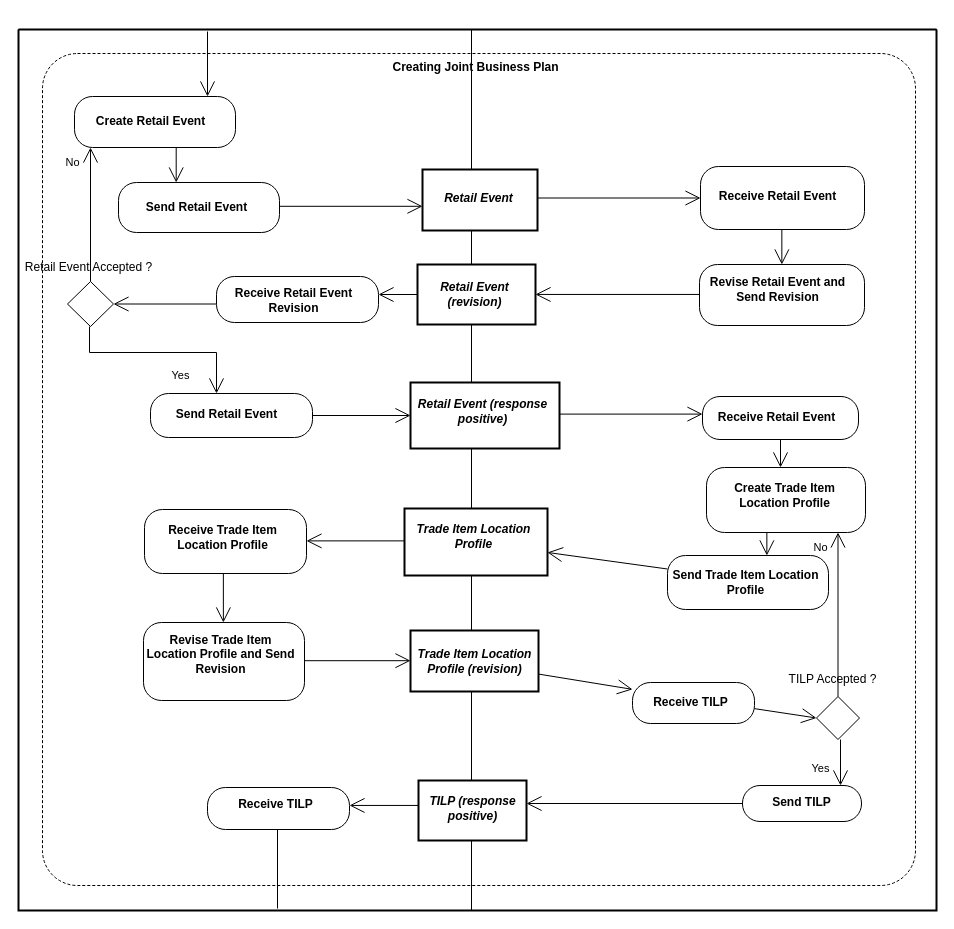
This is diagrams/UBL-2.2-CPFR-CreateJointBusinessPlan/UBL-2.2-CPFR-CreateJointBusinessPlan.drawio from kduvekot/ubl-work-on-svg-images, a draw.io file, before an edit. Source tidied: cells renumbered, new cells numbered last; positions are measured from the earlier drawing's top-left corner, leaving out a move shared by most shapes. Both pictures are drawn from the tidied source at 100%, with x=0, y=0 at pixel (18, 29).
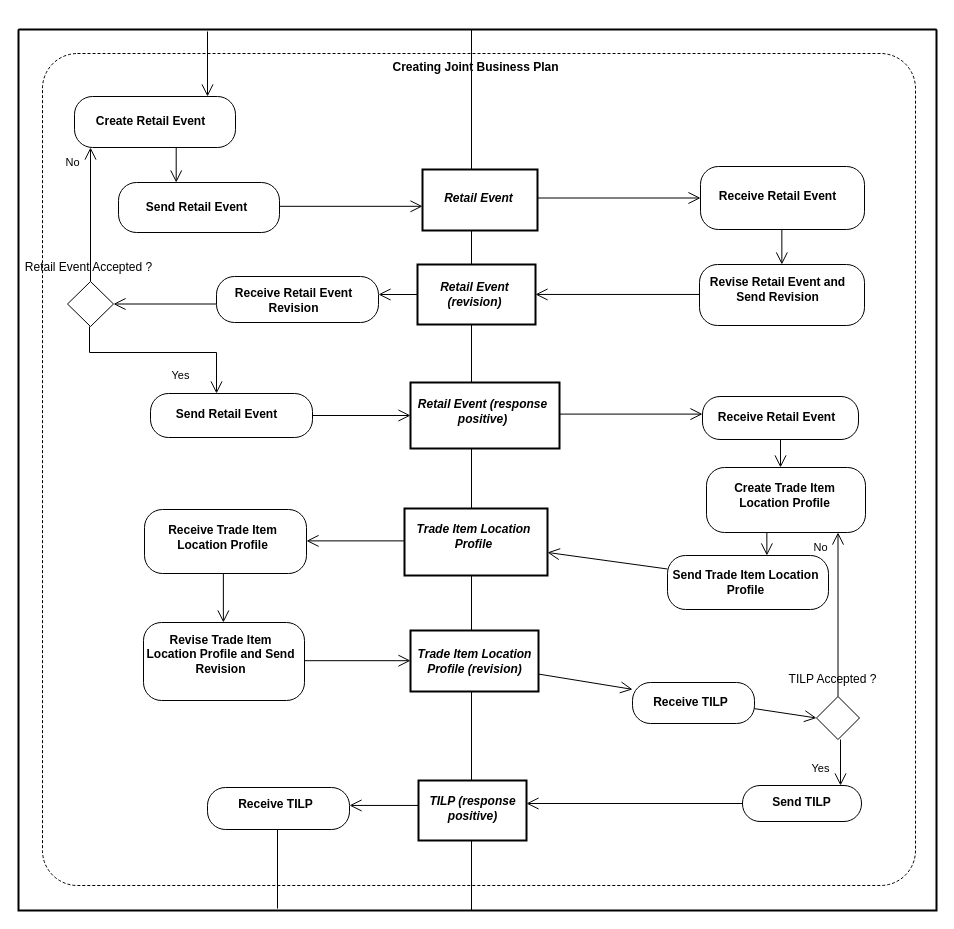
The same diagram, later.

Unchanged cells that the change refers to:
```xml
<mxCell id="2" style="swimlane;html=1;startSize=0;whiteSpace=wrap;fillColor=none;strokeWidth=2;" parent="1" vertex="1">
  <mxGeometry width="918" height="881" as="geometry" />
</mxCell>
<mxCell id="4" style="swimlane;horizontal=1;startSize=22;swimlaneLine=0;html=1;fillColor=none;fontStyle=0;spacing=0;spacingRight=2;" parent="2" vertex="1">
  <mxGeometry width="453" height="881" as="geometry" />
</mxCell>
<mxCell id="5" style="swimlane;horizontal=1;startSize=22;swimlaneLine=0;html=1;fillColor=none;fontStyle=0;spacing=0;spacingLeft=1;" parent="2" vertex="1">
  <mxGeometry x="453" width="465" height="881" as="geometry" />
</mxCell>
<mxCell id="6" value="Create Retail Event" style="rounded=1;absoluteArcSize=1;arcSize=36;html=1;whiteSpace=nowrap;fontStyle=1;align=center;verticalAlign=middle;spacing=0;spacingRight=9;spacingBottom=2;" parent="4" vertex="1">
  <mxGeometry x="56" y="67" width="161" height="51" as="geometry" />
</mxCell>
<mxCell id="7" value="Receive Retail Event" style="rounded=1;absoluteArcSize=1;arcSize=36;html=1;whiteSpace=nowrap;fontStyle=1;align=center;verticalAlign=middle;spacing=0;spacingRight=10;spacingBottom=3;" parent="5" vertex="1">
  <mxGeometry x="229" y="137" width="164" height="63" as="geometry" />
</mxCell>
<mxCell id="8" value="Retail Event" style="rounded=0;html=1;whiteSpace=nowrap;fontStyle=3;align=center;verticalAlign=middle;spacing=0;spacingRight=4;spacingBottom=3;strokeWidth=2;" parent="5" vertex="1">
  <mxGeometry x="-49" y="140" width="115" height="61" as="geometry" />
</mxCell>
<mxCell id="9" value="Send Retail Event" style="rounded=1;absoluteArcSize=1;arcSize=36;html=1;whiteSpace=nowrap;fontStyle=1;align=center;verticalAlign=middle;spacing=0;spacingRight=6;spacingBottom=1;" parent="4" vertex="1">
  <mxGeometry x="100" y="153" width="161" height="50" as="geometry" />
</mxCell>
<mxCell id="10" value="Revise Retail Event and&lt;br&gt;Send Revision" style="rounded=1;absoluteArcSize=1;arcSize=36;html=1;whiteSpace=nowrap;fontStyle=1;align=center;verticalAlign=middle;spacing=0;spacingRight=10;spacingBottom=11;" parent="5" vertex="1">
  <mxGeometry x="228" y="235" width="165" height="61" as="geometry" />
</mxCell>
<mxCell id="11" value="Retail Event&lt;br&gt;(revision)" style="rounded=0;html=1;whiteSpace=nowrap;fontStyle=3;align=center;verticalAlign=middle;spacing=0;spacingRight=4;spacingBottom=1;strokeWidth=2;" parent="5" vertex="1">
  <mxGeometry x="-54" y="235" width="118" height="60" as="geometry" />
</mxCell>
<mxCell id="12" value="Receive Retail Event&lt;br&gt;Revision" style="rounded=1;absoluteArcSize=1;arcSize=36;html=1;whiteSpace=nowrap;fontStyle=1;align=center;verticalAlign=middle;spacing=0;spacingRight=9;spacingTop=2;" parent="4" vertex="1">
  <mxGeometry x="198" y="247" width="162" height="46" as="geometry" />
</mxCell>
<mxCell id="13" value="Retail Event Accepted ?" style="rhombus;html=1;whiteSpace=nowrap;fontStyle=0;align=center;verticalAlign=middle;spacing=0;spacingRight=4;spacingBottom=73;" parent="4" vertex="1">
  <mxGeometry x="49" y="252" width="46" height="45" as="geometry" />
</mxCell>
<mxCell id="14" value="Retail Event (response&lt;br&gt;positive)" style="rounded=0;html=1;whiteSpace=nowrap;fontStyle=3;align=center;verticalAlign=middle;spacing=0;spacingRight=6;spacingBottom=8;strokeWidth=2;" parent="5" vertex="1">
  <mxGeometry x="-61" y="353" width="149" height="66" as="geometry" />
</mxCell>
<mxCell id="15" value="Send Retail Event" style="rounded=1;absoluteArcSize=1;arcSize=36;html=1;whiteSpace=nowrap;fontStyle=1;align=center;verticalAlign=middle;spacing=0;spacingRight=10;spacingBottom=2;" parent="4" vertex="1">
  <mxGeometry x="132" y="364" width="162" height="44" as="geometry" />
</mxCell>
<mxCell id="16" value="Receive Retail Event" style="rounded=1;absoluteArcSize=1;arcSize=35;html=1;whiteSpace=nowrap;fontStyle=1;align=center;verticalAlign=middle;spacing=0;spacingRight=9;spacingBottom=2;" parent="5" vertex="1">
  <mxGeometry x="231" y="367" width="156" height="43" as="geometry" />
</mxCell>
<mxCell id="17" value="Create Trade Item&lt;br&gt;Location Profile" style="rounded=1;absoluteArcSize=1;arcSize=36;html=1;whiteSpace=nowrap;fontStyle=1;align=center;verticalAlign=middle;spacing=0;spacingRight=4;spacingBottom=10;" parent="5" vertex="1">
  <mxGeometry x="235" y="438" width="159" height="65" as="geometry" />
</mxCell>
<mxCell id="18" value="Trade Item Location&lt;br&gt;Profile" style="rounded=0;html=1;whiteSpace=nowrap;fontStyle=3;align=center;verticalAlign=middle;spacing=0;spacingRight=5;spacingBottom=11;strokeWidth=2;" parent="5" vertex="1">
  <mxGeometry x="-67" y="479" width="143" height="67" as="geometry" />
</mxCell>
<mxCell id="19" value="Receive Trade Item&lt;br&gt;Location Profile" style="rounded=1;absoluteArcSize=1;arcSize=36;html=1;whiteSpace=nowrap;fontStyle=1;align=center;verticalAlign=middle;spacing=0;spacingRight=7;spacingBottom=9;" parent="4" vertex="1">
  <mxGeometry x="126" y="480" width="162" height="64" as="geometry" />
</mxCell>
<mxCell id="20" value="Send Trade Item Location&lt;br&gt;Profile" style="rounded=1;absoluteArcSize=1;arcSize=36;html=1;whiteSpace=nowrap;fontStyle=1;align=center;verticalAlign=middle;spacing=0;spacingRight=5;spacingBottom=1;" parent="5" vertex="1">
  <mxGeometry x="196" y="526" width="161" height="54" as="geometry" />
</mxCell>
<mxCell id="21" value="Revise Trade Item&lt;br&gt;Location Profile and Send&lt;br&gt;Revision" style="rounded=1;absoluteArcSize=1;arcSize=36;html=1;whiteSpace=nowrap;fontStyle=1;align=center;verticalAlign=middle;spacing=0;spacingRight=8;spacingBottom=14;" parent="4" vertex="1">
  <mxGeometry x="125" y="593" width="161" height="78" as="geometry" />
</mxCell>
<mxCell id="22" value="Trade Item Location&lt;br&gt;Profile (revision)" style="rounded=0;html=1;whiteSpace=nowrap;fontStyle=3;align=center;verticalAlign=middle;spacing=0;strokeWidth=2;" parent="5" vertex="1">
  <mxGeometry x="-61" y="601" width="128" height="61" as="geometry" />
</mxCell>
<mxCell id="23" value="Receive TILP" style="rounded=1;absoluteArcSize=1;arcSize=36;html=1;whiteSpace=nowrap;fontStyle=1;align=center;verticalAlign=middle;spacing=0;spacingRight=6;spacingBottom=1;" parent="5" vertex="1">
  <mxGeometry x="161" y="653" width="122" height="41" as="geometry" />
</mxCell>
<mxCell id="24" value="TILP Accepted ?" style="rhombus;html=1;whiteSpace=nowrap;fontStyle=0;align=center;verticalAlign=middle;spacing=0;spacingRight=11;spacingBottom=77;" parent="5" vertex="1">
  <mxGeometry x="345" y="667" width="43" height="43" as="geometry" />
</mxCell>
<mxCell id="25" value="TILP (response&lt;br&gt;positive)" style="rounded=0;html=1;whiteSpace=nowrap;fontStyle=3;align=center;verticalAlign=middle;spacing=0;spacingBottom=4;strokeWidth=2;" parent="5" vertex="1">
  <mxGeometry x="-53" y="751" width="108" height="60" as="geometry" />
</mxCell>
<mxCell id="26" value="Send TILP" style="rounded=1;absoluteArcSize=1;arcSize=35;html=1;whiteSpace=nowrap;fontStyle=1;align=center;verticalAlign=middle;spacing=0;spacingRight=2;spacingBottom=3;" parent="5" vertex="1">
  <mxGeometry x="271" y="756" width="119" height="36" as="geometry" />
</mxCell>
<mxCell id="27" value="Receive TILP" style="rounded=1;absoluteArcSize=1;arcSize=36;html=1;whiteSpace=nowrap;fontStyle=1;align=center;verticalAlign=middle;spacing=0;spacingRight=6;spacingBottom=9;" parent="4" vertex="1">
  <mxGeometry x="189" y="758" width="142" height="42" as="geometry" />
</mxCell>
```

Diff of the diagram source:
```diff
@@
-    <mxCell id="28" value="No" style="edgeStyle=none;rounded=0;html=1;endArrow=open;endFill=0;endSize=13;exitX=0.5;exitY=0;exitPerimeter=0;entryPerimeter=0;fontStyle=0;align=center;verticalAlign=middle;labelBackgroundColor=none;entryX=0.099379;entryY=1;" parent="4" edge="1" source="13" target="6">
+    <mxCell id="28" value="No" style="edgeStyle=none;rounded=0;html=1;endArrow=open;endFill=0;endSize=10;exitX=0.5;exitY=0;exitPerimeter=0;entryPerimeter=0;fontStyle=0;align=center;verticalAlign=middle;labelBackgroundColor=none;entryX=0.099379;entryY=1;" parent="4" edge="1" source="13" target="6">
       <mxGeometry x="0.78" relative="1" as="geometry">
         <mxPoint x="-18" as="offset" />
       </mxGeometry>
     </mxCell>
-    <mxCell id="29" style="edgeStyle=none;rounded=0;html=1;endArrow=open;endFill=0;endSize=13;exitPerimeter=0;entryX=0.3584;entryY=0;entryPerimeter=0;exitX=0.631692;exitY=1;" parent="4" edge="1" source="6" target="9">
+    <mxCell id="29" style="edgeStyle=none;rounded=0;html=1;endArrow=open;endFill=0;endSize=10;exitPerimeter=0;entryX=0.3584;entryY=0;entryPerimeter=0;exitX=0.631692;exitY=1;" parent="4" edge="1" source="6" target="9">
       <mxGeometry relative="1" as="geometry" />
     </mxCell>
-    <mxCell id="30" style="edgeStyle=none;rounded=0;html=1;endArrow=open;endFill=0;endSize=13;exitPerimeter=0;entryX=0;entryY=0.5;entryPerimeter=0;exitX=1;exitY=0.467213;" parent="5" edge="1" source="8" target="7">
+    <mxCell id="30" style="edgeStyle=none;rounded=0;html=1;endArrow=open;endFill=0;endSize=10;exitPerimeter=0;entryX=0;entryY=0.5;entryPerimeter=0;exitX=1;exitY=0.467213;" parent="5" edge="1" source="8" target="7">
       <mxGeometry relative="1" as="geometry" />
     </mxCell>
-    <mxCell id="31" style="edgeStyle=none;rounded=0;html=1;endArrow=open;endFill=0;endSize=13;exitPerimeter=0;entryX=0;entryY=0.6033;entryPerimeter=0;exitX=1;exitY=0.476026;" parent="2" edge="1" source="9" target="8">
+    <mxCell id="31" style="edgeStyle=none;rounded=0;html=1;endArrow=open;endFill=0;endSize=10;exitPerimeter=0;entryX=0;entryY=0.6033;entryPerimeter=0;exitX=1;exitY=0.476026;" parent="2" edge="1" source="9" target="8">
       <mxGeometry relative="1" as="geometry" />
     </mxCell>
-    <mxCell id="32" style="edgeStyle=none;rounded=0;html=1;endArrow=open;endFill=0;endSize=13;exitPerimeter=0;entryX=0.4991;entryY=0;entryPerimeter=0;exitX=0.496046;exitY=1;" parent="5" edge="1" source="7" target="10">
+    <mxCell id="32" style="edgeStyle=none;rounded=0;html=1;endArrow=open;endFill=0;endSize=10;exitPerimeter=0;entryX=0.4991;entryY=0;entryPerimeter=0;exitX=0.496046;exitY=1;" parent="5" edge="1" source="7" target="10">
       <mxGeometry relative="1" as="geometry" />
     </mxCell>
-    <mxCell id="33" style="edgeStyle=none;rounded=0;html=1;endArrow=open;endFill=0;endSize=13;exitX=0;exitY=0.5;exitPerimeter=0;entryPerimeter=0;entryX=1;entryY=0.391304;" parent="2" edge="1" source="11" target="12">
+    <mxCell id="33" style="edgeStyle=none;rounded=0;html=1;endArrow=open;endFill=0;endSize=10;exitX=0;exitY=0.5;exitPerimeter=0;entryPerimeter=0;entryX=1;entryY=0.391304;" parent="2" edge="1" source="11" target="12">
       <mxGeometry relative="1" as="geometry" />
     </mxCell>
-    <mxCell id="34" style="edgeStyle=none;rounded=0;html=1;endArrow=open;endFill=0;endSize=13;exitPerimeter=0;entryX=1;entryY=0.4992;entryPerimeter=0;exitX=0;exitY=0.491016;" parent="5" edge="1" source="10" target="11">
+    <mxCell id="34" style="edgeStyle=none;rounded=0;html=1;endArrow=open;endFill=0;endSize=10;exitPerimeter=0;entryX=1;entryY=0.4992;entryPerimeter=0;exitX=0;exitY=0.491016;" parent="5" edge="1" source="10" target="11">
       <mxGeometry relative="1" as="geometry" />
     </mxCell>
-    <mxCell id="35" style="edgeStyle=none;rounded=0;html=1;endArrow=open;endFill=0;endSize=13;exitPerimeter=0;entryX=1;entryY=0.5;entryPerimeter=0;exitX=0;exitY=0.597826;" parent="4" edge="1" source="12" target="13">
+    <mxCell id="35" style="edgeStyle=none;rounded=0;html=1;endArrow=open;endFill=0;endSize=10;exitPerimeter=0;entryX=1;entryY=0.5;entryPerimeter=0;exitX=0;exitY=0.597826;" parent="4" edge="1" source="12" target="13">
       <mxGeometry relative="1" as="geometry" />
     </mxCell>
-    <mxCell id="36" value="Yes" style="edgeStyle=orthogonalEdgeStyle;rounded=0;html=1;endArrow=open;endFill=0;endSize=13;exitPerimeter=0;entryPerimeter=0;fontStyle=0;align=center;verticalAlign=middle;labelBackgroundColor=none;exitX=0.478261;exitY=1;entryX=0.407407;entryY=0;" parent="4" edge="1" source="13" target="15">
+    <mxCell id="36" value="Yes" style="edgeStyle=orthogonalEdgeStyle;rounded=0;html=1;endArrow=open;endFill=0;endSize=10;exitPerimeter=0;entryPerimeter=0;fontStyle=0;align=center;verticalAlign=middle;labelBackgroundColor=none;exitX=0.478261;exitY=1;entryX=0.407407;entryY=0;" parent="4" edge="1" source="13" target="15">
       <mxGeometry x="0.21" relative="1" as="geometry">
         <Array as="points">
           <mxPoint x="71" y="323" />
           <mxPoint x="198" y="323" />
         </Array>
         <mxPoint y="23" as="offset" />
       </mxGeometry>
     </mxCell>
-    <mxCell id="37" style="edgeStyle=none;rounded=0;html=1;endArrow=open;endFill=0;endSize=13;exitPerimeter=0;entryX=0;entryY=0.4093;entryPerimeter=0;exitX=1;exitY=0.478786;" parent="5" edge="1" source="14" target="16">
+    <mxCell id="37" style="edgeStyle=none;rounded=0;html=1;endArrow=open;endFill=0;endSize=10;exitPerimeter=0;entryX=0;entryY=0.4093;entryPerimeter=0;exitX=1;exitY=0.478786;" parent="5" edge="1" source="14" target="16">
       <mxGeometry relative="1" as="geometry" />
     </mxCell>
-    <mxCell id="38" style="edgeStyle=none;rounded=0;html=1;endArrow=open;endFill=0;endSize=13;exitX=1;exitY=0.5;exitPerimeter=0;entryX=0;entryY=0.5;entryPerimeter=0;" parent="2" edge="1" source="15" target="14">
+    <mxCell id="38" style="edgeStyle=none;rounded=0;html=1;endArrow=open;endFill=0;endSize=10;exitX=1;exitY=0.5;exitPerimeter=0;entryX=0;entryY=0.5;entryPerimeter=0;" parent="2" edge="1" source="15" target="14">
       <mxGeometry relative="1" as="geometry" />
     </mxCell>
-    <mxCell id="39" style="edgeStyle=none;rounded=0;html=1;endArrow=open;endFill=0;endSize=13;exitX=0.5;exitY=1;exitPerimeter=0;entryPerimeter=0;entryX=0.465409;entryY=0;" parent="5" edge="1" source="16" target="17">
+    <mxCell id="39" style="edgeStyle=none;rounded=0;html=1;endArrow=open;endFill=0;endSize=10;exitX=0.5;exitY=1;exitPerimeter=0;entryPerimeter=0;entryX=0.465409;entryY=0;" parent="5" edge="1" source="16" target="17">
       <mxGeometry relative="1" as="geometry" />
     </mxCell>
-    <mxCell id="40" style="edgeStyle=none;rounded=0;html=1;endArrow=open;endFill=0;endSize=13;exitPerimeter=0;entryX=1;entryY=0.4905;entryPerimeter=0;exitX=0;exitY=0.483463;" parent="2" edge="1" source="18" target="19">
+    <mxCell id="40" style="edgeStyle=none;rounded=0;html=1;endArrow=open;endFill=0;endSize=10;exitPerimeter=0;entryX=1;entryY=0.4905;entryPerimeter=0;exitX=0;exitY=0.483463;" parent="2" edge="1" source="18" target="19">
       <mxGeometry relative="1" as="geometry" />
     </mxCell>
-    <mxCell id="41" style="edgeStyle=none;rounded=0;html=1;endArrow=open;endFill=0;endSize=13;exitPerimeter=0;entryX=0.6172;entryY=0;entryPerimeter=0;exitX=0.379681;exitY=1;" parent="5" edge="1" source="17" target="20">
+    <mxCell id="41" style="edgeStyle=none;rounded=0;html=1;endArrow=open;endFill=0;endSize=10;exitPerimeter=0;entryX=0.6172;entryY=0;entryPerimeter=0;exitX=0.379681;exitY=1;" parent="5" edge="1" source="17" target="20">
       <mxGeometry relative="1" as="geometry" />
     </mxCell>
-    <mxCell id="42" value="No" style="edgeStyle=none;rounded=0;html=1;endArrow=open;endFill=0;endSize=13;exitX=0.5;exitY=0;exitPerimeter=0;entryPerimeter=0;fontStyle=0;align=center;verticalAlign=middle;labelBackgroundColor=none;entryX=0.827044;entryY=1;" parent="5" edge="1" source="24" target="17">
+    <mxCell id="42" value="No" style="edgeStyle=none;rounded=0;html=1;endArrow=open;endFill=0;endSize=10;exitX=0.5;exitY=0;exitPerimeter=0;entryPerimeter=0;fontStyle=0;align=center;verticalAlign=middle;labelBackgroundColor=none;entryX=0.827044;entryY=1;" parent="5" edge="1" source="24" target="17">
       <mxGeometry x="0.82" relative="1" as="geometry">
         <mxPoint x="-17" as="offset" />
       </mxGeometry>
     </mxCell>
-    <mxCell id="43" style="edgeStyle=none;rounded=0;html=1;endArrow=open;endFill=0;endSize=13;exitX=0;exitY=0.25;exitPerimeter=0;entryX=1;entryY=0.6563;entryPerimeter=0;" parent="5" edge="1" source="20" target="18">
+    <mxCell id="43" style="edgeStyle=none;rounded=0;html=1;endArrow=open;endFill=0;endSize=10;exitX=0;exitY=0.25;exitPerimeter=0;entryX=1;entryY=0.6563;entryPerimeter=0;" parent="5" edge="1" source="20" target="18">
       <mxGeometry relative="1" as="geometry" />
     </mxCell>
-    <mxCell id="44" style="edgeStyle=none;rounded=0;html=1;endArrow=open;endFill=0;endSize=13;exitPerimeter=0;entryX=0.496;entryY=0;entryPerimeter=0;exitX=0.486765;exitY=1;" parent="4" edge="1" source="19" target="21">
+    <mxCell id="44" style="edgeStyle=none;rounded=0;html=1;endArrow=open;endFill=0;endSize=10;exitPerimeter=0;entryX=0.496;entryY=0;entryPerimeter=0;exitX=0.486765;exitY=1;" parent="4" edge="1" source="19" target="21">
       <mxGeometry relative="1" as="geometry" />
     </mxCell>
-    <mxCell id="45" style="edgeStyle=none;rounded=0;html=1;endArrow=open;endFill=0;endSize=13;exitPerimeter=0;entryX=0;entryY=0.495;entryPerimeter=0;exitX=1;exitY=0.489679;" parent="2" edge="1" source="21" target="22">
+    <mxCell id="45" style="edgeStyle=none;rounded=0;html=1;endArrow=open;endFill=0;endSize=10;exitPerimeter=0;entryX=0;entryY=0.495;entryPerimeter=0;exitX=1;exitY=0.489679;" parent="2" edge="1" source="21" target="22">
       <mxGeometry relative="1" as="geometry" />
     </mxCell>
-    <mxCell id="46" style="edgeStyle=none;rounded=0;html=1;endArrow=open;endFill=0;endSize=13;exitX=1;exitY=0.7143;exitPerimeter=0;entryX=0;entryY=0.1675;entryPerimeter=0;" parent="5" edge="1" source="22" target="23">
+    <mxCell id="46" style="edgeStyle=none;rounded=0;html=1;endArrow=open;endFill=0;endSize=10;exitX=1;exitY=0.7143;exitPerimeter=0;entryX=0;entryY=0.1675;entryPerimeter=0;" parent="5" edge="1" source="22" target="23">
       <mxGeometry relative="1" as="geometry" />
     </mxCell>
-    <mxCell id="47" style="edgeStyle=none;rounded=0;html=1;endArrow=open;endFill=0;endSize=13;exitX=1;exitY=0.6379;exitPerimeter=0;entryX=0;entryY=0.5;entryPerimeter=0;" parent="5" edge="1" source="23" target="24">
+    <mxCell id="47" style="edgeStyle=none;rounded=0;html=1;endArrow=open;endFill=0;endSize=10;exitX=1;exitY=0.6379;exitPerimeter=0;entryX=0;entryY=0.5;entryPerimeter=0;" parent="5" edge="1" source="23" target="24">
       <mxGeometry relative="1" as="geometry" />
     </mxCell>
-    <mxCell id="48" value="Yes" style="edgeStyle=none;rounded=0;html=1;endArrow=open;endFill=0;endSize=13;exitPerimeter=0;entryX=0.8236;entryY=0;entryPerimeter=0;fontStyle=0;align=center;verticalAlign=middle;labelBackgroundColor=none;exitX=0.558335;exitY=1;" parent="5" edge="1" source="24" target="26">
+    <mxCell id="48" value="Yes" style="edgeStyle=none;rounded=0;html=1;endArrow=open;endFill=0;endSize=10;exitPerimeter=0;entryX=0.8236;entryY=0;entryPerimeter=0;fontStyle=0;align=center;verticalAlign=middle;labelBackgroundColor=none;exitX=0.558335;exitY=1;" parent="5" edge="1" source="24" target="26">
       <mxGeometry x="0.24" relative="1" as="geometry">
         <mxPoint x="-20" as="offset" />
       </mxGeometry>
     </mxCell>
-    <mxCell id="49" style="edgeStyle=none;rounded=0;html=1;endArrow=open;endFill=0;endSize=13;exitX=0;exitY=0.5;exitPerimeter=0;entryPerimeter=0;entryX=1;entryY=0.383333;" parent="5" edge="1" source="26" target="25">
+    <mxCell id="49" style="edgeStyle=none;rounded=0;html=1;endArrow=open;endFill=0;endSize=10;exitX=0;exitY=0.5;exitPerimeter=0;entryPerimeter=0;entryX=1;entryY=0.383333;" parent="5" edge="1" source="26" target="25">
       <mxGeometry relative="1" as="geometry" />
     </mxCell>
-    <mxCell id="50" style="edgeStyle=none;rounded=0;html=1;endArrow=open;endFill=0;endSize=13;exitPerimeter=0;entryX=1;entryY=0.4272;entryPerimeter=0;exitX=0;exitY=0.415707;" parent="2" edge="1" source="25" target="27">
+    <mxCell id="50" style="edgeStyle=none;rounded=0;html=1;endArrow=open;endFill=0;endSize=10;exitPerimeter=0;entryX=1;entryY=0.4272;entryPerimeter=0;exitX=0;exitY=0.415707;" parent="2" edge="1" source="25" target="27">
       <mxGeometry relative="1" as="geometry" />
     </mxCell>
-    <mxCell id="51" style="edgeStyle=none;rounded=0;html=1;endArrow=open;endFill=0;endSize=13;entryPerimeter=0;entryX=0.826087;entryY=0;" parent="4" edge="1" target="6">
+    <mxCell id="51" style="edgeStyle=none;rounded=0;html=1;endArrow=open;endFill=0;endSize=10;entryPerimeter=0;entryX=0.826087;entryY=0;" parent="4" edge="1" target="6">
       <mxGeometry relative="1" as="geometry">
         <mxPoint x="189" y="2" as="sourcePoint" />
       </mxGeometry>
     </mxCell>
```
